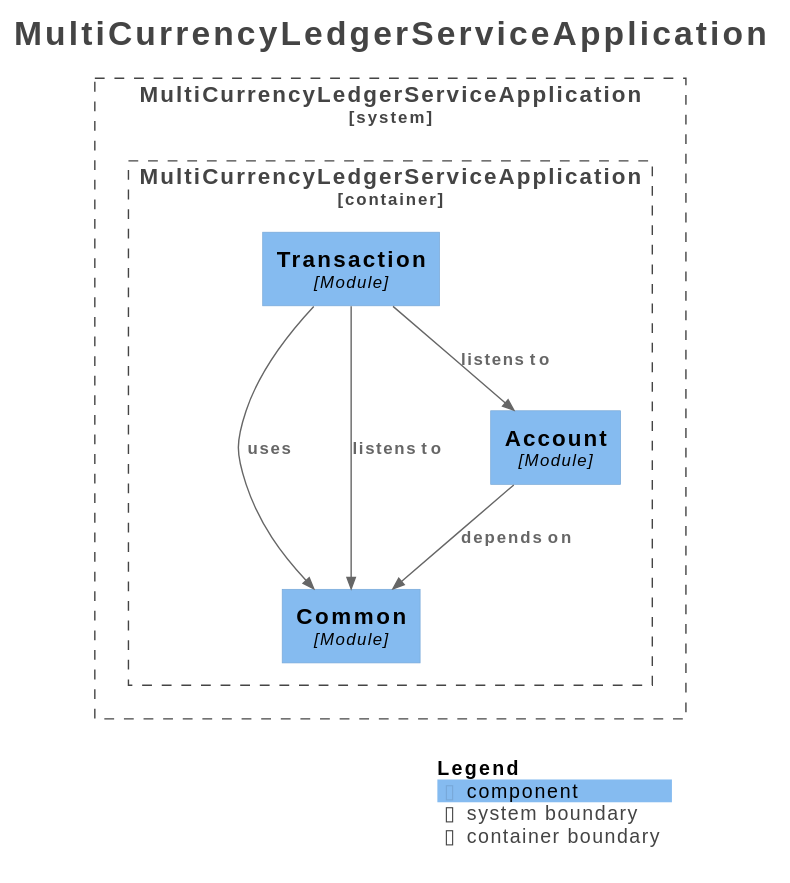
This is docs/architecture/components.svg from RaonJena99/multi-currency-ledger-service, a PlantUML export, as it was before one commit. Source of this version:
```plantuml
@startuml
title <size:24>MultiCurrencyLedgerServiceApplication</size>

set separator none
top to bottom direction

<style>
  root {
    BackgroundColor: #ffffff
    FontColor: #444444
  }
</style>

!include <C4/C4>
!include <C4/C4_Context>
!include <C4/C4_Component>

System_Boundary("MultiCurrencyLedgerServiceApplication_boundary", "MultiCurrencyLedgerServiceApplication", $tags="") {
  Container_Boundary("MultiCurrencyLedgerServiceApplication.MultiCurrencyLedgerServiceApplication_boundary", "MultiCurrencyLedgerServiceApplication", $tags="") {
    Component(MultiCurrencyLedgerServiceApplication.MultiCurrencyLedgerServiceApplication.Common, "Common", $techn="Module", $descr="", $tags="", $link="")
    Component(MultiCurrencyLedgerServiceApplication.MultiCurrencyLedgerServiceApplication.Account, "Account", $techn="Module", $descr="", $tags="", $link="")
    Component(MultiCurrencyLedgerServiceApplication.MultiCurrencyLedgerServiceApplication.Transaction, "Transaction", $techn="Module", $descr="", $tags="", $link="")
  }

}

Rel(MultiCurrencyLedgerServiceApplication.MultiCurrencyLedgerServiceApplication.Transaction, MultiCurrencyLedgerServiceApplication.MultiCurrencyLedgerServiceApplication.Common, "uses", $techn="", $tags="", $link="")
Rel(MultiCurrencyLedgerServiceApplication.MultiCurrencyLedgerServiceApplication.Account, MultiCurrencyLedgerServiceApplication.MultiCurrencyLedgerServiceApplication.Common, "depends on", $techn="", $tags="", $link="")
Rel(MultiCurrencyLedgerServiceApplication.MultiCurrencyLedgerServiceApplication.Transaction, MultiCurrencyLedgerServiceApplication.MultiCurrencyLedgerServiceApplication.Account, "listens to", $techn="", $tags="", $link="")
Rel(MultiCurrencyLedgerServiceApplication.MultiCurrencyLedgerServiceApplication.Transaction, MultiCurrencyLedgerServiceApplication.MultiCurrencyLedgerServiceApplication.Common, "listens to", $techn="", $tags="", $link="")

SHOW_LEGEND(true)
hide stereotypes
@enduml
```
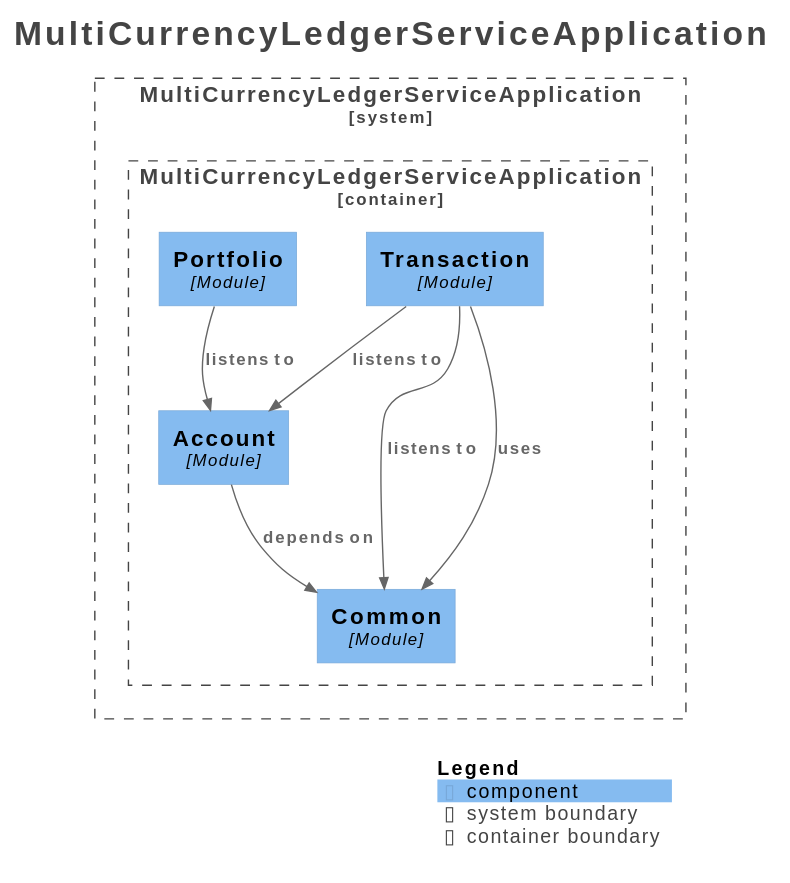
After the change.

Commit message:
docs: Auto-update architecture diagrams [skip ci]

Diff of the diagram source:
```diff
@@ -19,12 +19,14 @@
   Container_Boundary("MultiCurrencyLedgerServiceApplication.MultiCurrencyLedgerServiceApplication_boundary", "MultiCurrencyLedgerServiceApplication", $tags="") {
     Component(MultiCurrencyLedgerServiceApplication.MultiCurrencyLedgerServiceApplication.Common, "Common", $techn="Module", $descr="", $tags="", $link="")
     Component(MultiCurrencyLedgerServiceApplication.MultiCurrencyLedgerServiceApplication.Account, "Account", $techn="Module", $descr="", $tags="", $link="")
+    Component(MultiCurrencyLedgerServiceApplication.MultiCurrencyLedgerServiceApplication.Portfolio, "Portfolio", $techn="Module", $descr="", $tags="", $link="")
     Component(MultiCurrencyLedgerServiceApplication.MultiCurrencyLedgerServiceApplication.Transaction, "Transaction", $techn="Module", $descr="", $tags="", $link="")
   }
 
 }
 
 Rel(MultiCurrencyLedgerServiceApplication.MultiCurrencyLedgerServiceApplication.Transaction, MultiCurrencyLedgerServiceApplication.MultiCurrencyLedgerServiceApplication.Common, "uses", $techn="", $tags="", $link="")
+Rel(MultiCurrencyLedgerServiceApplication.MultiCurrencyLedgerServiceApplication.Portfolio, MultiCurrencyLedgerServiceApplication.MultiCurrencyLedgerServiceApplication.Account, "listens to", $techn="", $tags="", $link="")
 Rel(MultiCurrencyLedgerServiceApplication.MultiCurrencyLedgerServiceApplication.Account, MultiCurrencyLedgerServiceApplication.MultiCurrencyLedgerServiceApplication.Common, "depends on", $techn="", $tags="", $link="")
 Rel(MultiCurrencyLedgerServiceApplication.MultiCurrencyLedgerServiceApplication.Transaction, MultiCurrencyLedgerServiceApplication.MultiCurrencyLedgerServiceApplication.Account, "listens to", $techn="", $tags="", $link="")
 Rel(MultiCurrencyLedgerServiceApplication.MultiCurrencyLedgerServiceApplication.Transaction, MultiCurrencyLedgerServiceApplication.MultiCurrencyLedgerServiceApplication.Common, "listens to", $techn="", $tags="", $link="")
```
